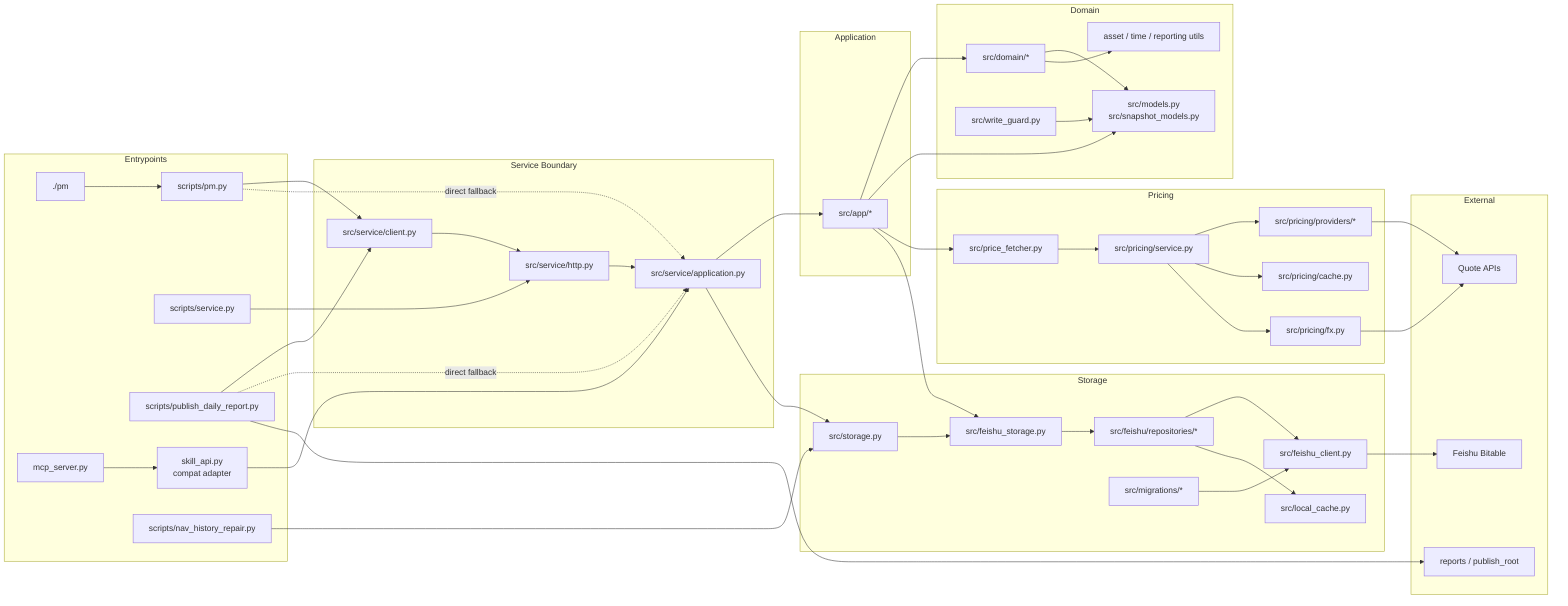
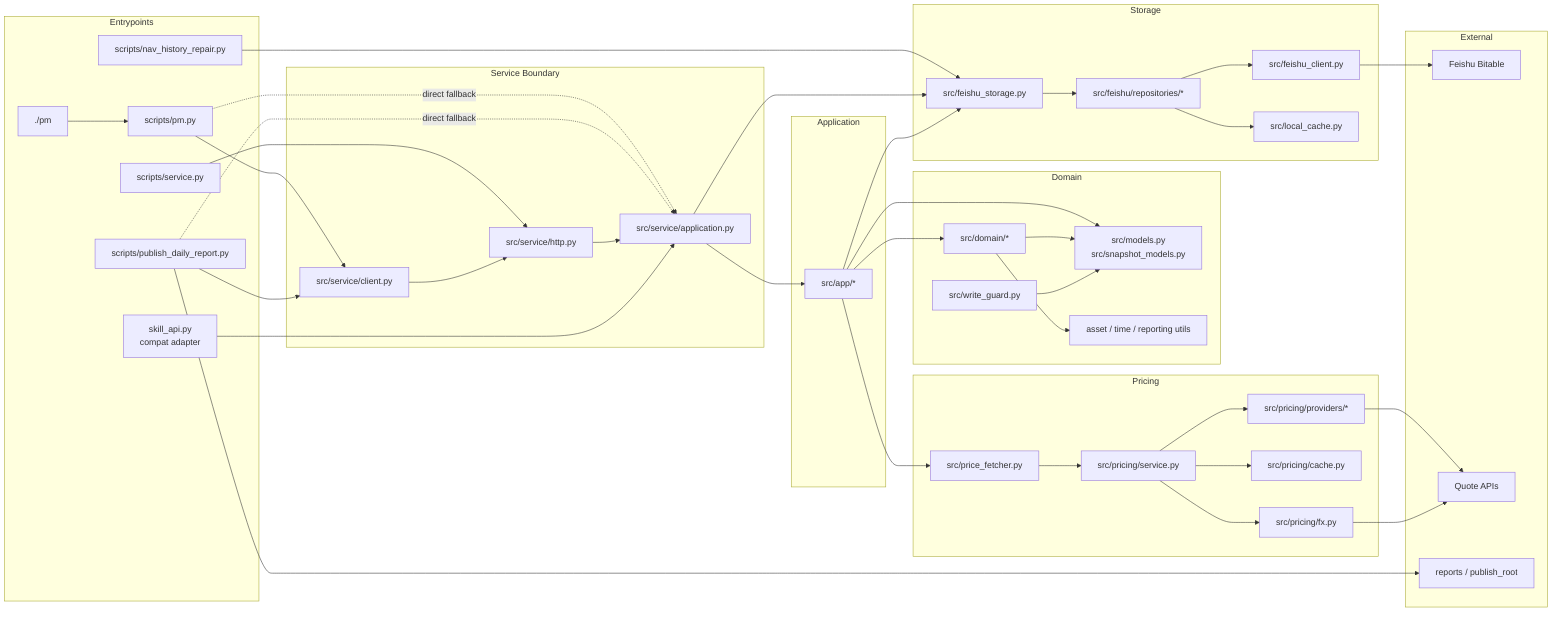
flowchart LR
    %% Dependency direction: caller / adapter --> dependency.

    subgraph Entrypoints["Entrypoints"]
        PM["./pm"]
        CLI["scripts/pm.py"]
        ServiceRunner["scripts/service.py"]
        Publisher["scripts/publish_daily_report.py"]
-         MCP["mcp_server.py"]
        SkillAPI["skill_api.py<br/>compat adapter"]
        RepairCLI["scripts/nav_history_repair.py"]
    end

    subgraph Service["Service Boundary"]
        ServiceClient["src/service/client.py"]
        HTTP["src/service/http.py"]
        PortfolioService["src/service/application.py"]
    end

    subgraph App["Application"]
        AppServices["src/app/*"]
    end

    subgraph Domain["Domain"]
        DomainServices["src/domain/*"]
        Models["src/models.py<br/>src/snapshot_models.py"]
        Guards["src/write_guard.py"]
        Utils["asset / time / reporting utils"]
    end

    subgraph Pricing["Pricing"]
        PriceFetcher["src/price_fetcher.py"]
        PriceService["src/pricing/service.py"]
        PriceProviders["src/pricing/providers/*"]
        PriceCache["src/pricing/cache.py"]
        Fx["src/pricing/fx.py"]
    end

    subgraph Storage["Storage"]
-         StorageFactory["src/storage.py"]
        FeishuStorage["src/feishu_storage.py"]
        FeishuRepos["src/feishu/repositories/*"]
        FeishuClient["src/feishu_client.py"]
        LocalCache["src/local_cache.py"]
-         Migrations["src/migrations/*"]
    end

    subgraph External["External"]
        Feishu["Feishu Bitable"]
        Quotes["Quote APIs"]
        Reports["reports / publish_root"]
    end

    PM --> CLI
    CLI --> ServiceClient
    CLI -.direct fallback.-> PortfolioService
    Publisher --> ServiceClient
    Publisher -.direct fallback.-> PortfolioService
    ServiceRunner --> HTTP
    ServiceClient --> HTTP
    HTTP --> PortfolioService
-     MCP --> SkillAPI
    SkillAPI --> PortfolioService
-     RepairCLI --> StorageFactory
+     RepairCLI --> FeishuStorage

    PortfolioService --> AppServices
-     PortfolioService --> StorageFactory
+     PortfolioService --> FeishuStorage
    AppServices --> DomainServices
    AppServices --> Models
    AppServices --> PriceFetcher
    AppServices --> FeishuStorage

    DomainServices --> Models
    DomainServices --> Utils
    Guards --> Models

    PriceFetcher --> PriceService
    PriceService --> PriceProviders
    PriceService --> PriceCache
    PriceService --> Fx
    PriceProviders --> Quotes
    Fx --> Quotes

-     StorageFactory --> FeishuStorage
    FeishuStorage --> FeishuRepos
    FeishuRepos --> FeishuClient
    FeishuRepos --> LocalCache
    FeishuClient --> Feishu
-     Migrations --> FeishuClient
    Publisher --> Reports
